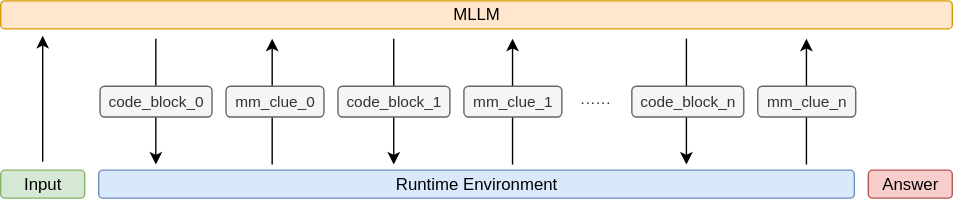
Above: pyvision/img/method-zst.drawio.svg in agents-x-project/agents-x-project.github.io (draw.io), before the change. Source tidied: cells renumbered, new cells last; positions are measured from the earlier drawing's top-left corner, leaving out a move shared by most shapes.
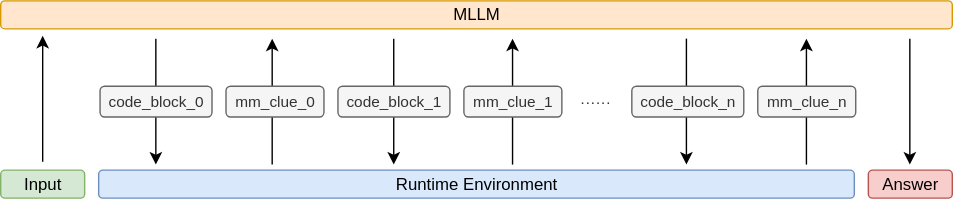
After the change.

Commit message:
update method fig

What changed in the source:
```diff
@@ -81,5 +81,11 @@
     <mxCell id="19" value="&lt;span style=&quot;font-size: 11px; white-space: nowrap;&quot;&gt;······&lt;/span&gt;" style="rounded=1;whiteSpace=wrap;html=1;fillColor=none;strokeColor=none;fontColor=#333333;labelBackgroundColor=none;" parent="1" vertex="1">
       <mxGeometry x="409" y="61" width="32" height="22" as="geometry" />
     </mxCell>
+    <mxCell id="20" style="endArrow=classic;html=1;rounded=0;" parent="1" edge="1">
+      <mxGeometry relative="1" as="geometry">
+        <mxPoint x="649.7" y="27" as="sourcePoint" />
+        <mxPoint x="649.7" y="117" as="targetPoint" />
+      </mxGeometry>
+    </mxCell>
   </root>
 </mxGraphModel>
```
